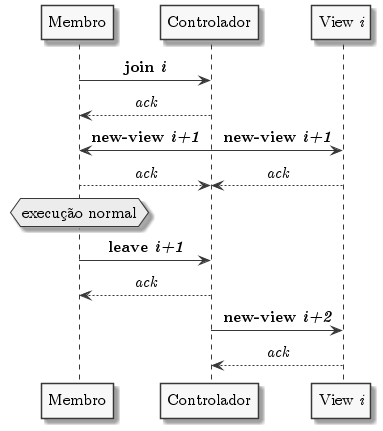
Before: docs/out/join_leave/join_leave.png, a diagram exported from PlantUML (ricardofalcao/UDP-View-Synchronous-Multicast).
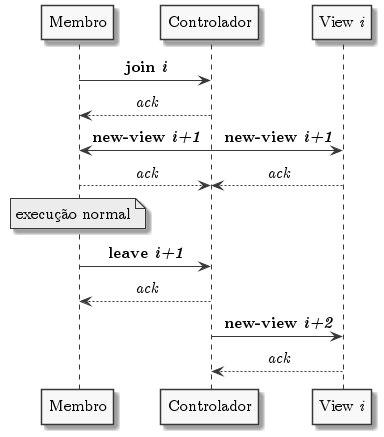
Above is the later version.

Change to the diagram source:
```diff
@@ -16,7 +16,7 @@
 "View //i//" --> Controlador : //ack//
 & Membro --> Controlador : //ack//
 
-hnote over Membro : execução normal
+note over Membro : execução normal
 
 Membro -> Controlador : **leave //i+1//**
 Controlador --> Membro : //ack//
```
